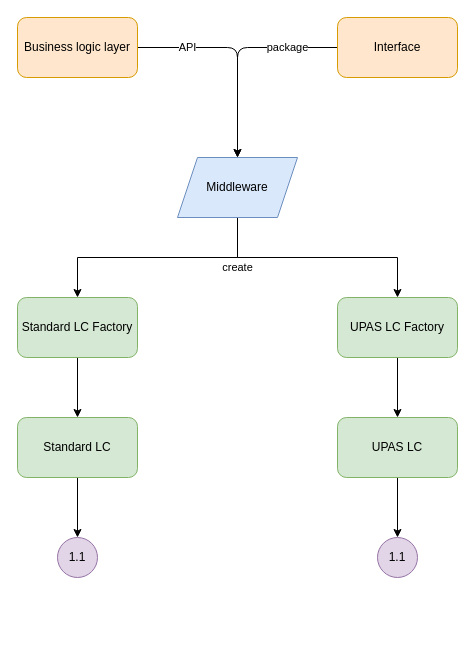
Above: page "Page-2" (2 of 6) of LC-smart-contracts.drawio in gdotcat/diagram (draw.io), before the change. Source tidied: cells renumbered, new cells numbered last; positions are measured from the earlier drawing's top-left corner, leaving out a move shared by most shapes. Both pictures are drawn from the tidied source at 100%, with x=0, y=0 at pixel (17, 17).
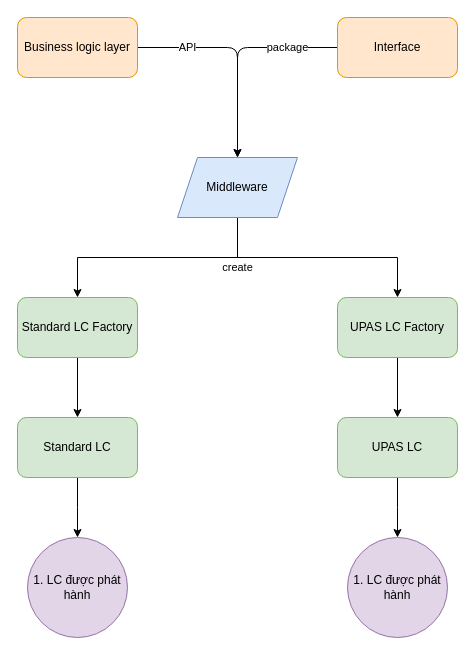
After the change.

The change refers to these unchanged cells:
```xml
<mxCell id="16" value="Standard LC" style="rounded=1;whiteSpace=wrap;html=1;fillColor=#d5e8d4;strokeColor=#82b366;" parent="1" vertex="1">
  <mxGeometry y="400" width="120" height="60" as="geometry" />
</mxCell>
<mxCell id="18" value="UPAS LC" style="rounded=1;whiteSpace=wrap;html=1;fillColor=#d5e8d4;strokeColor=#82b366;" parent="1" vertex="1">
  <mxGeometry x="320" y="400" width="120" height="60" as="geometry" />
</mxCell>
```

The edit, as a diff of the source:
```diff
@@
-    <mxCell id="7" value="1.1" style="ellipse;whiteSpace=wrap;html=1;fillColor=#e1d5e7;strokeColor=#9673a6;" parent="1" vertex="1">
-      <mxGeometry x="40" y="520" width="40" height="40" as="geometry" />
-    </mxCell>
@@
-    <mxCell id="14" value="1.1" style="ellipse;whiteSpace=wrap;html=1;fillColor=#e1d5e7;strokeColor=#9673a6;" parent="1" vertex="1">
-      <mxGeometry x="360" y="520" width="40" height="40" as="geometry" />
-    </mxCell>
-    <mxCell id="15" style="edgeStyle=orthogonalEdgeStyle;rounded=0;jettySize=auto;html=1;" parent="1" edge="1" source="16" target="7">
-      <mxGeometry relative="1" as="geometry" />
+    <mxCell id="15" style="edgeStyle=orthogonalEdgeStyle;rounded=0;jettySize=auto;html=1;" parent="1" edge="1" source="16">
+      <mxGeometry relative="1" as="geometry">
+        <mxPoint x="60" y="520" as="targetPoint" />
+      </mxGeometry>
     </mxCell>
@@
-    <mxCell id="17" style="edgeStyle=orthogonalEdgeStyle;rounded=0;jettySize=auto;html=1;" parent="1" edge="1" source="18" target="14">
-      <mxGeometry relative="1" as="geometry" />
+    <mxCell id="17" style="edgeStyle=orthogonalEdgeStyle;rounded=0;jettySize=auto;html=1;" parent="1" edge="1" source="18">
+      <mxGeometry relative="1" as="geometry">
+        <mxPoint x="380" y="520" as="targetPoint" />
+      </mxGeometry>
     </mxCell>
@@
+    <mxCell id="19" value="1. LC được phát hành" style="ellipse;whiteSpace=wrap;html=1;fillColor=#e1d5e7;strokeColor=#9673a6;" parent="1" vertex="1">
+      <mxGeometry x="10" y="520" width="100" height="100" as="geometry" />
+    </mxCell>
+    <mxCell id="20" value="1. LC được phát hành" style="ellipse;whiteSpace=wrap;html=1;fillColor=#e1d5e7;strokeColor=#9673a6;" parent="1" vertex="1">
+      <mxGeometry x="330" y="520" width="100" height="100" as="geometry" />
+    </mxCell>
```
